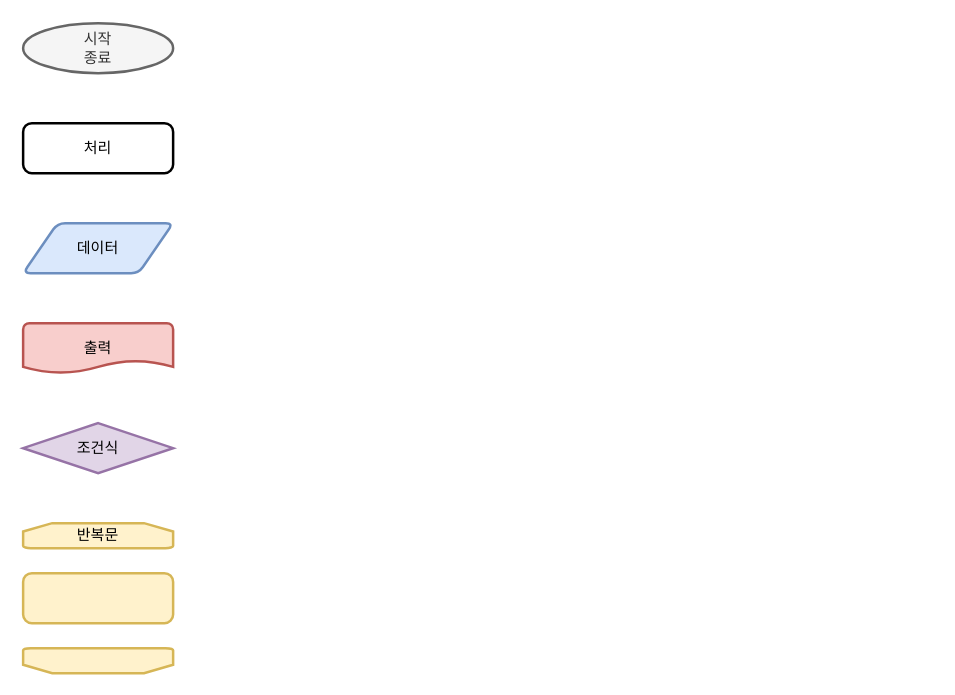
This is Exam0.drawio from hyeokjulee/algorithm0, a draw.io file, before an edit. Source tidied: cells renumbered, new cells numbered last; positions are measured from the earlier drawing's top-left corner, leaving out a move shared by most shapes. Both pictures are drawn from the tidied source at 125%, with x=0, y=0 at pixel (22, 22).
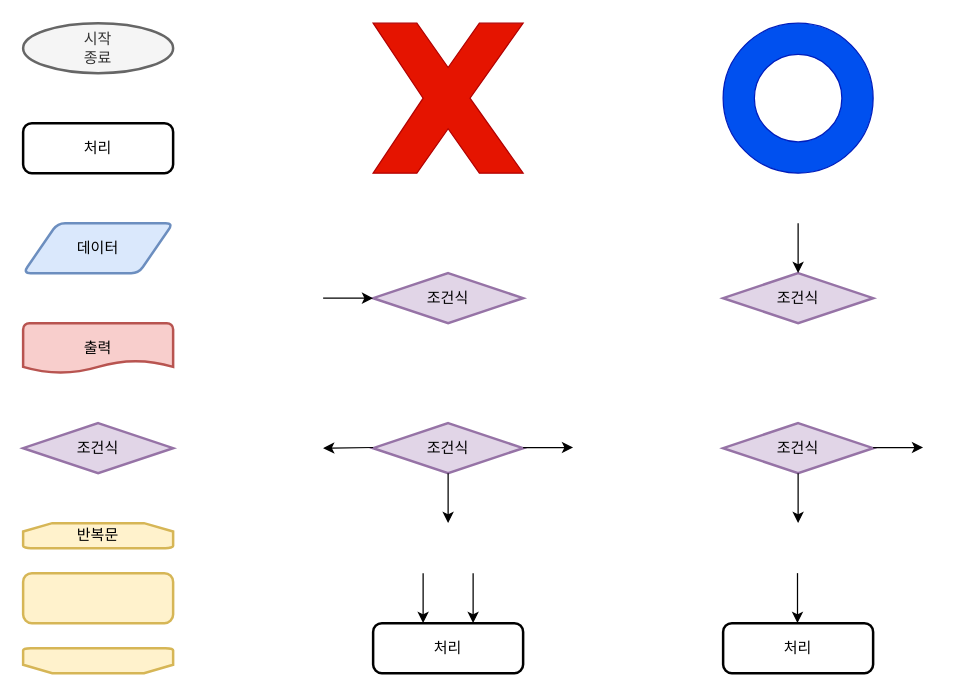
After the change.

The edit, as a diff of the source:
```diff
@@
+    <mxCell id="10" value="조건식" style="strokeWidth=2;html=1;shape=mxgraph.flowchart.decision;whiteSpace=wrap;fillColor=#e1d5e7;strokeColor=#9673a6;" parent="1" vertex="1">
+      <mxGeometry x="280" y="200" width="120" height="40" as="geometry" />
+    </mxCell>
+    <mxCell id="11" style="endArrow=classic;html=1;rounded=0;entryX=0;entryY=0.5;entryDx=0;entryDy=0;entryPerimeter=0;" parent="1" edge="1" target="10">
+      <mxGeometry relative="1" as="geometry">
+        <mxPoint x="240" y="220" as="sourcePoint" />
+      </mxGeometry>
+    </mxCell>
+    <mxCell id="12" style="verticalLabelPosition=bottom;verticalAlign=top;html=1;shape=mxgraph.basic.x;fillColor=#e51400;fontColor=#ffffff;strokeColor=#B20000;" parent="1" vertex="1">
+      <mxGeometry x="280" width="120" height="120" as="geometry" />
+    </mxCell>
+    <mxCell id="13" value="조건식" style="strokeWidth=2;html=1;shape=mxgraph.flowchart.decision;whiteSpace=wrap;fillColor=#e1d5e7;strokeColor=#9673a6;" parent="1" vertex="1">
+      <mxGeometry x="280" y="320" width="120" height="40" as="geometry" />
+    </mxCell>
+    <mxCell id="14" style="endArrow=classic;html=1;rounded=0;exitX=0.5;exitY=1;exitDx=0;exitDy=0;exitPerimeter=0;" parent="1" edge="1" source="13">
+      <mxGeometry relative="1" as="geometry">
+        <mxPoint x="340" y="400" as="targetPoint" />
+      </mxGeometry>
+    </mxCell>
+    <mxCell id="15" style="endArrow=classic;html=1;rounded=0;entryX=0;entryY=0.5;entryDx=0;entryDy=0;entryPerimeter=0;" parent="1" edge="1">
+      <mxGeometry relative="1" as="geometry">
+        <mxPoint x="400" y="339.5" as="sourcePoint" />
+        <mxPoint x="440" y="339.5" as="targetPoint" />
+      </mxGeometry>
+    </mxCell>
+    <mxCell id="16" style="endArrow=classic;html=1;rounded=0;" parent="1" edge="1">
+      <mxGeometry relative="1" as="geometry">
+        <mxPoint x="280" y="339.5" as="sourcePoint" />
+        <mxPoint x="240" y="340" as="targetPoint" />
+      </mxGeometry>
+    </mxCell>
+    <mxCell id="17" value="조건식" style="strokeWidth=2;html=1;shape=mxgraph.flowchart.decision;whiteSpace=wrap;fillColor=#e1d5e7;strokeColor=#9673a6;" parent="1" vertex="1">
+      <mxGeometry x="560" y="200" width="120" height="40" as="geometry" />
+    </mxCell>
+    <mxCell id="18" style="endArrow=classic;html=1;rounded=0;entryX=0.5;entryY=0;entryDx=0;entryDy=0;entryPerimeter=0;" parent="1" edge="1" target="17">
+      <mxGeometry relative="1" as="geometry">
+        <mxPoint x="620" y="160" as="sourcePoint" />
+      </mxGeometry>
+    </mxCell>
+    <mxCell id="19" style="verticalLabelPosition=bottom;verticalAlign=top;html=1;shape=mxgraph.basic.donut;dx=25;fillColor=#0050ef;fontColor=#ffffff;strokeColor=#001DBC;" parent="1" vertex="1">
+      <mxGeometry x="560" width="120" height="120" as="geometry" />
+    </mxCell>
+    <mxCell id="20" value="조건식" style="strokeWidth=2;html=1;shape=mxgraph.flowchart.decision;whiteSpace=wrap;fillColor=#e1d5e7;strokeColor=#9673a6;" parent="1" vertex="1">
+      <mxGeometry x="560" y="320" width="120" height="40" as="geometry" />
+    </mxCell>
+    <mxCell id="21" style="endArrow=classic;html=1;rounded=0;exitX=0.5;exitY=1;exitDx=0;exitDy=0;exitPerimeter=0;" parent="1" edge="1" source="20">
+      <mxGeometry relative="1" as="geometry">
+        <mxPoint x="620" y="400" as="targetPoint" />
+      </mxGeometry>
+    </mxCell>
+    <mxCell id="22" style="endArrow=classic;html=1;rounded=0;entryX=0;entryY=0.5;entryDx=0;entryDy=0;entryPerimeter=0;" parent="1" edge="1">
+      <mxGeometry relative="1" as="geometry">
+        <mxPoint x="680" y="339.5" as="sourcePoint" />
+        <mxPoint x="720" y="339.5" as="targetPoint" />
+      </mxGeometry>
+    </mxCell>
+    <mxCell id="23" value="처리" style="rounded=1;whiteSpace=wrap;html=1;absoluteArcSize=1;arcSize=14;strokeWidth=2;" parent="1" vertex="1">
+      <mxGeometry x="280" y="480" width="120" height="40" as="geometry" />
+    </mxCell>
+    <mxCell id="24" style="endArrow=classic;html=1;rounded=0;exitX=0.5;exitY=1;exitDx=0;exitDy=0;exitPerimeter=0;" parent="1" edge="1">
+      <mxGeometry relative="1" as="geometry">
+        <mxPoint x="320" y="440" as="sourcePoint" />
+        <mxPoint x="320" y="480" as="targetPoint" />
+      </mxGeometry>
+    </mxCell>
+    <mxCell id="25" style="endArrow=classic;html=1;rounded=0;exitX=0.5;exitY=1;exitDx=0;exitDy=0;exitPerimeter=0;" parent="1" edge="1">
+      <mxGeometry relative="1" as="geometry">
+        <mxPoint x="360" y="440" as="sourcePoint" />
+        <mxPoint x="360" y="480" as="targetPoint" />
+      </mxGeometry>
+    </mxCell>
+    <mxCell id="26" value="처리" style="rounded=1;whiteSpace=wrap;html=1;absoluteArcSize=1;arcSize=14;strokeWidth=2;" parent="1" vertex="1">
+      <mxGeometry x="560" y="480" width="120" height="40" as="geometry" />
+    </mxCell>
+    <mxCell id="27" style="endArrow=classic;html=1;rounded=0;exitX=0.5;exitY=1;exitDx=0;exitDy=0;exitPerimeter=0;" parent="1" edge="1">
+      <mxGeometry relative="1" as="geometry">
+        <mxPoint x="619.5" y="440" as="sourcePoint" />
+        <mxPoint x="619.5" y="480" as="targetPoint" />
+      </mxGeometry>
+    </mxCell>
```
